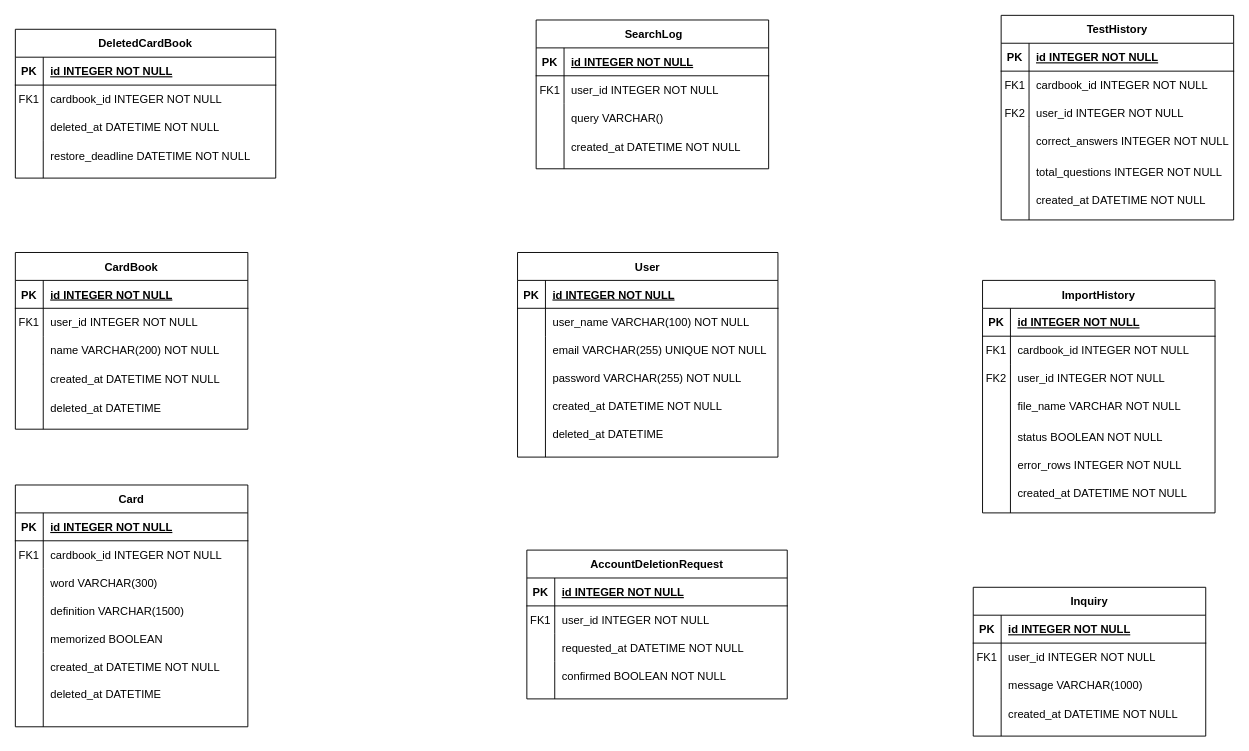
Above: tango_er.drawio in osakanae/tango (draw.io), before the change. Source tidied: cells renumbered, new cells numbered last; positions are measured from the earlier drawing's top-left corner, leaving out a move shared by most shapes. Both pictures are drawn from the tidied source at 93%, with x=0, y=0 at pixel (15, 15).
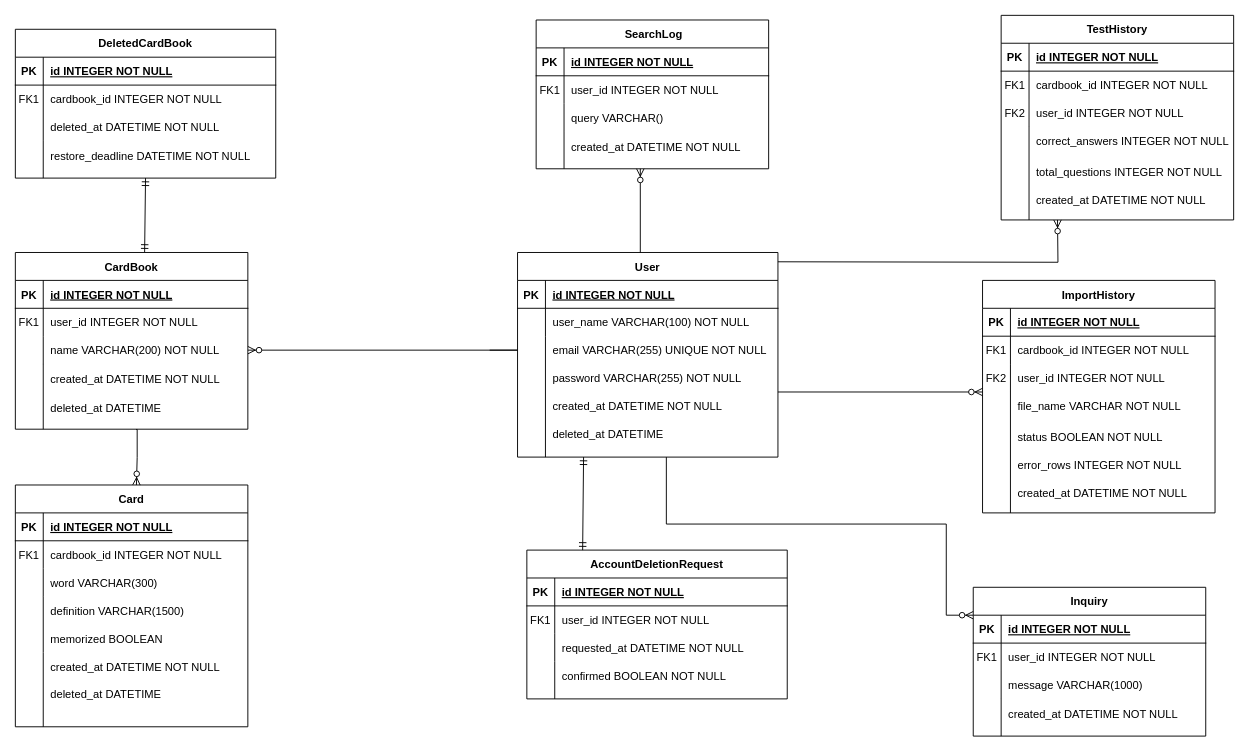
After the change.

Commit message:
カーディナリティ追加

The change refers to these unchanged cells:
```xml
<mxCell id="19" value="CardBook" style="shape=table;startSize=30;childLayout=tableLayout;rowLines=0;fontStyle=1;align=center;" parent="18" vertex="1">
  <mxGeometry width="250" height="190" as="geometry" />
</mxCell>
<mxCell id="26" style="shape=partialRectangle;fillColor=none;points=[[0,0.5],[1,0.5]];portConstraint=eastwest;top=0;left=0;right=0;bottom=0;" parent="19" vertex="1">
  <mxGeometry y="90" width="250" height="30" as="geometry" />
</mxCell>
<mxCell id="34" value="DeletedCardBook" style="shape=table;startSize=30;childLayout=tableLayout;rowLines=0;fontStyle=1;align=center;" parent="33" vertex="1">
  <mxGeometry width="280" height="160" as="geometry" />
</mxCell>
<mxCell id="101" style="shape=partialRectangle;fillColor=none;points=[[0,0.5],[1,0.5]];portConstraint=eastwest;top=0;left=0;right=0;bottom=1;" parent="100" vertex="1">
  <mxGeometry y="30" width="250" height="30" as="geometry" />
</mxCell>
```

What changed in the source:
```diff
@@
+    <mxCell id="141" style="edgeStyle=entityRelationEdgeStyle;fontSize=12;html=1;endArrow=ERzeroToMany;endFill=1;rounded=0;" parent="1" edge="1" target="26">
+      <mxGeometry relative="1" as="geometry">
+        <mxPoint x="510" y="360" as="sourcePoint" />
+        <Array as="points">
+          <mxPoint x="490" y="330" />
+          <mxPoint x="510" y="345" />
+          <mxPoint x="500" y="335" />
+          <mxPoint x="490" y="335" />
+          <mxPoint x="510" y="330" />
+          <mxPoint x="490" y="330" />
+        </Array>
+      </mxGeometry>
+    </mxCell>
+    <mxCell id="142" style="edgeStyle=orthogonalEdgeStyle;fontSize=12;html=1;endArrow=ERzeroToMany;endFill=1;rounded=0;entryX=0.917;entryY=-0.001;entryDx=0;entryDy=0;entryPerimeter=0;" parent="1" edge="1">
+      <mxGeometry relative="1" as="geometry">
+        <mxPoint x="130" y="445.3" as="sourcePoint" />
+        <mxPoint x="130.2" y="505" as="targetPoint" />
+        <Array as="points">
+          <mxPoint x="131" y="445.3" />
+          <mxPoint x="131" y="475.3" />
+        </Array>
+      </mxGeometry>
+    </mxCell>
+    <mxCell id="143" style="fontSize=12;html=1;endArrow=ERmandOne;startArrow=ERmandOne;rounded=0;entryX=0.5;entryY=1;entryDx=0;entryDy=0;exitX=0.556;exitY=-0.002;exitDx=0;exitDy=0;exitPerimeter=0;" parent="1" edge="1" source="19" target="34">
+      <mxGeometry relative="1" as="geometry" />
+    </mxCell>
+    <mxCell id="144" style="fontSize=12;html=1;endArrow=ERzeroToMany;endFill=1;rounded=0;" parent="1" edge="1">
+      <mxGeometry relative="1" as="geometry">
+        <mxPoint x="672" y="255" as="sourcePoint" />
+        <mxPoint x="672" y="165" as="targetPoint" />
+      </mxGeometry>
+    </mxCell>
+    <mxCell id="145" style="fontSize=12;html=1;endArrow=ERzeroToMany;endFill=1;rounded=0;exitX=1;exitY=0.5;exitDx=0;exitDy=0;edgeStyle=orthogonalEdgeStyle;" parent="1" edge="1">
+      <mxGeometry relative="1" as="geometry">
+        <mxPoint x="820" y="265" as="sourcePoint" />
+        <mxPoint x="1120.6" y="220" as="targetPoint" />
+      </mxGeometry>
+    </mxCell>
+    <mxCell id="146" style="fontSize=12;html=1;endArrow=ERzeroToMany;endFill=1;rounded=0;" parent="1" edge="1">
+      <mxGeometry relative="1" as="geometry">
+        <mxPoint x="820" y="405" as="sourcePoint" />
+        <mxPoint x="1040" y="405" as="targetPoint" />
+      </mxGeometry>
+    </mxCell>
+    <mxCell id="147" style="fontSize=12;html=1;endArrow=ERzeroToMany;endFill=1;rounded=0;edgeStyle=orthogonalEdgeStyle;entryX=0;entryY=0;entryDx=0;entryDy=0;entryPerimeter=0;" parent="1" edge="1" target="101">
+      <mxGeometry relative="1" as="geometry">
+        <mxPoint x="700" y="475" as="sourcePoint" />
+        <Array as="points">
+          <mxPoint x="700" y="547" />
+          <mxPoint x="1001" y="547" />
+          <mxPoint x="1001" y="645" />
+        </Array>
+      </mxGeometry>
+    </mxCell>
+    <mxCell id="148" style="fontSize=12;html=1;endArrow=ERmandOne;startArrow=ERmandOne;rounded=0;entryX=0.5;entryY=1;entryDx=0;entryDy=0;" parent="1" edge="1">
+      <mxGeometry relative="1" as="geometry">
+        <mxPoint x="610" y="575" as="sourcePoint" />
+        <mxPoint x="611" y="475" as="targetPoint" />
+      </mxGeometry>
+    </mxCell>
```
